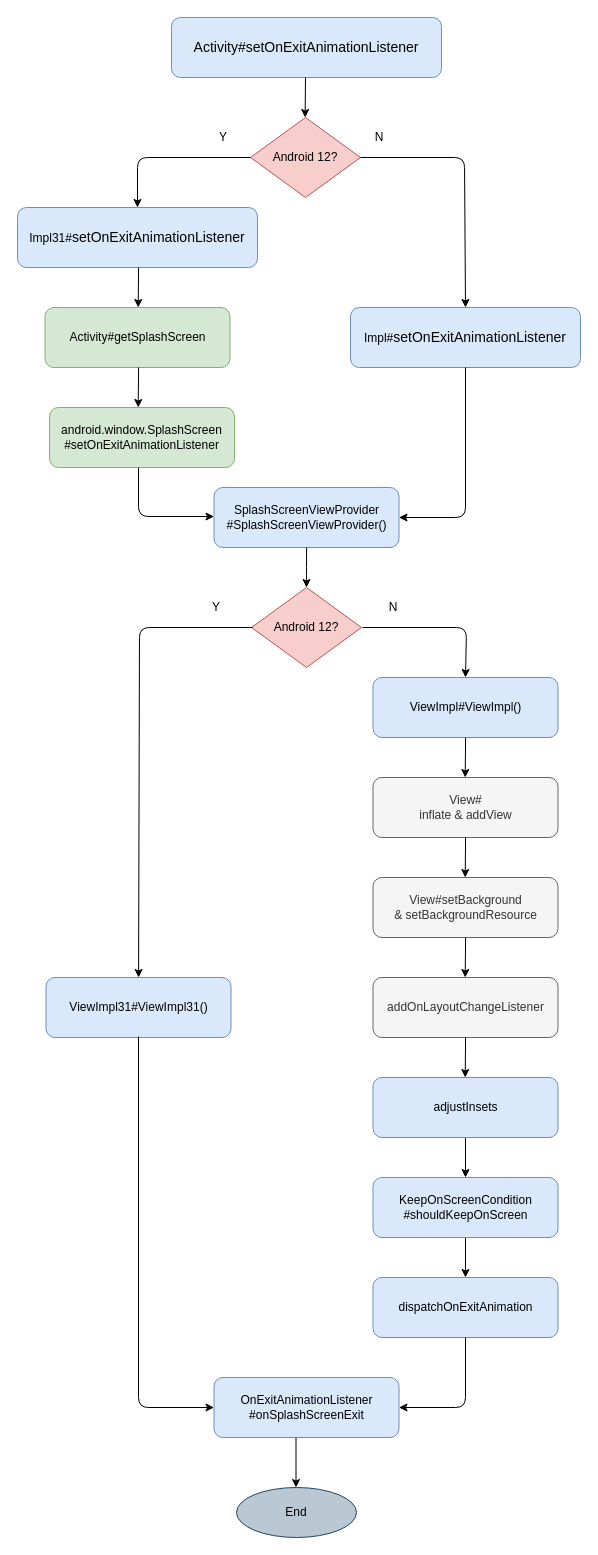
ellisonchan/MineGraph keeps this draw.io diagram as ss-exit.drawio. Above is the earlier version. Source tidied: cells renumbered, new cells numbered last; positions are measured from the earlier drawing's top-left corner, leaving out a move shared by most shapes. Both pictures are drawn from the tidied source at 100%, with x=0, y=0 at pixel (17, 17).
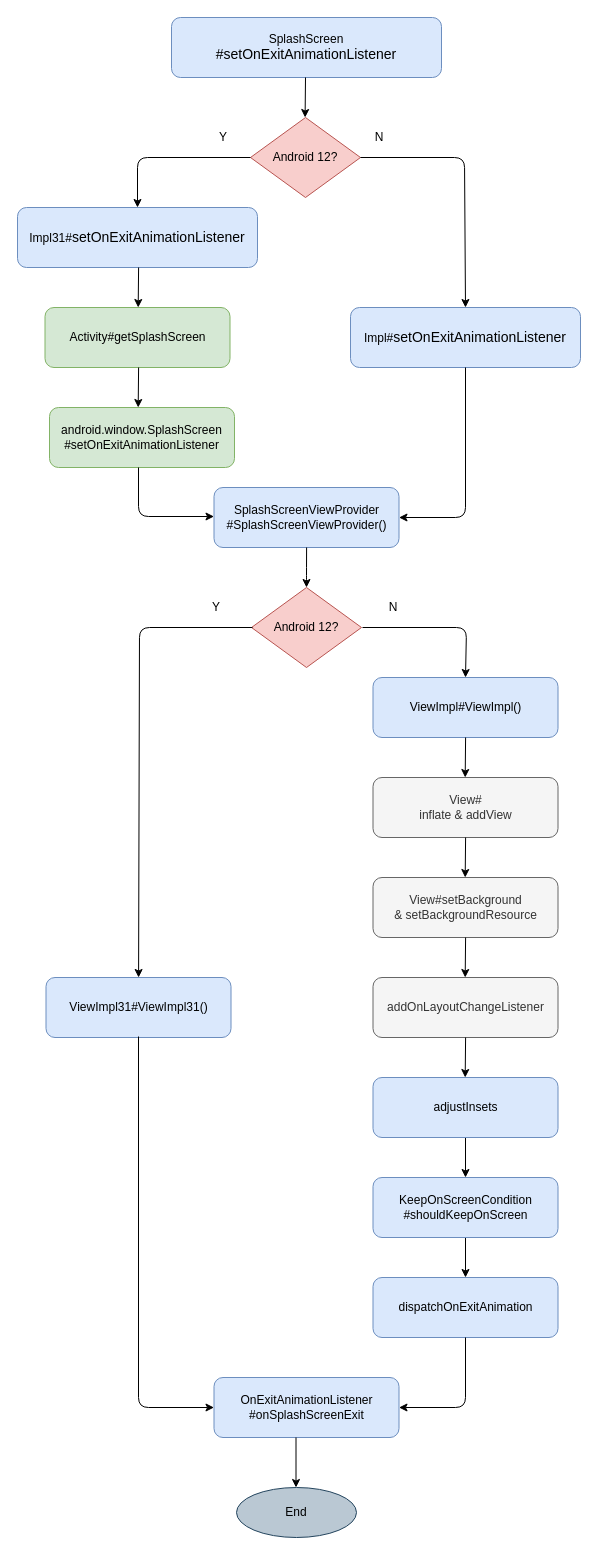
Above is the later version.

Diff of the diagram source:
```diff
@@
-    <mxCell id="2" value="&lt;div style=&quot;text-align: justify&quot;&gt;&lt;font style=&quot;font-size: 14px&quot;&gt;Activity#&lt;/font&gt;&lt;span style=&quot;font-size: 14px&quot;&gt;setOnExitAnimationListener&lt;/span&gt;&lt;/div&gt;" style="rounded=1;whiteSpace=wrap;html=1;fillColor=#dae8fc;strokeColor=#6c8ebf;" parent="1" vertex="1">
+    <mxCell id="2" value="SplashScreen&lt;div style=&quot;text-align: justify&quot;&gt;&lt;font style=&quot;font-size: 14px&quot;&gt;#&lt;/font&gt;&lt;span style=&quot;font-size: 14px&quot;&gt;setOnExitAnimationListener&lt;/span&gt;&lt;/div&gt;" style="rounded=1;whiteSpace=wrap;html=1;fillColor=#dae8fc;strokeColor=#6c8ebf;" parent="1" vertex="1">
       <mxGeometry x="154" width="270" height="60" as="geometry" />
     </mxCell>
```
